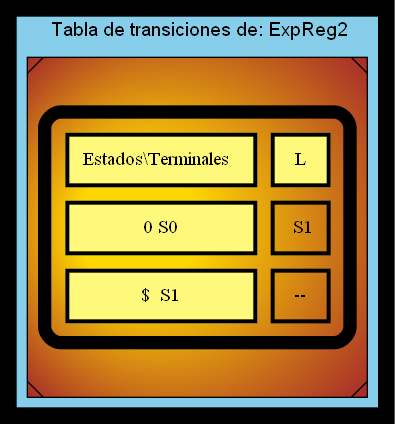
Above: TRANSICIONES_202000119/TransicionesExpReg2.png in SergieArizandieta/OLC1-P1-202000119 (Graphviz), before the change. Its source is kept beside it as TRANSICIONES_202000119/TransicionesExpReg2.dot. Source of this version:
```dot
digraph G { bgcolor="black"
   fontname="Helvetica,Arial,sans-serif"
  edge [fontname="Helvetica,Arial,sans-serif"]
  subgraph cluster1 {fillcolor="skyblue" style="filled"
  node [shape=Msquare fillcolor="gold:brown" style="radial" gradientangle=180]
  label = " Tabla de transiciones de: ExpReg2"
  a0 [label=<
  <TABLE border="10" cellspacing="10" cellpadding="10" style="rounded" gradientangle="315">
  <TR>
      <TD border="3" bgcolor="#FFF97B">Estados\Terminales  </TD>
      <TD border="3" bgcolor="#FFF97B">L</TD>
  </TR>
  <TR>
      <TD border="3" bgcolor="#FFF97B">0 S0</TD>
      <TD border="3" > S1</TD>
  </TR>
  <TR>
      <TD border="3" bgcolor="#FFF97B">$  S1</TD>
      <TD border="3" > -- </TD>
  </TR>

</TABLE>>];}}
```
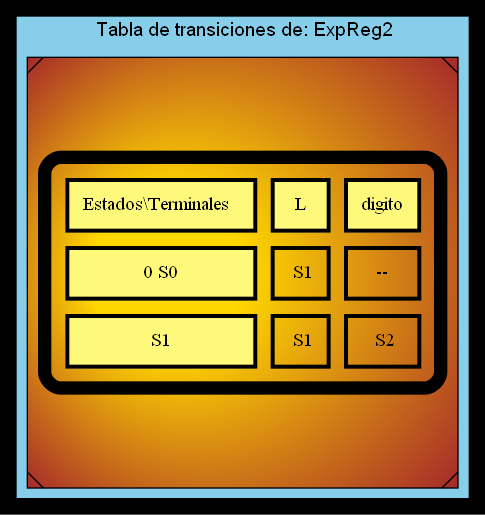
The same file after the commit.

Change to the diagram source:
```diff
@@ -9,14 +9,17 @@
   <TR>
       <TD border="3" bgcolor="#FFF97B">Estados\Terminales  </TD>
       <TD border="3" bgcolor="#FFF97B">L</TD>
+      <TD border="3" bgcolor="#FFF97B">digito</TD>
   </TR>
   <TR>
       <TD border="3" bgcolor="#FFF97B">0 S0</TD>
       <TD border="3" > S1</TD>
+      <TD border="3" > -- </TD>
   </TR>
   <TR>
-      <TD border="3" bgcolor="#FFF97B">$  S1</TD>
-      <TD border="3" > -- </TD>
+      <TD border="3" bgcolor="#FFF97B">S1</TD>
+      <TD border="3" > S1</TD>
+      <TD border="3" > S2</TD>
   </TR>
 
 </TABLE>>];}}
```
